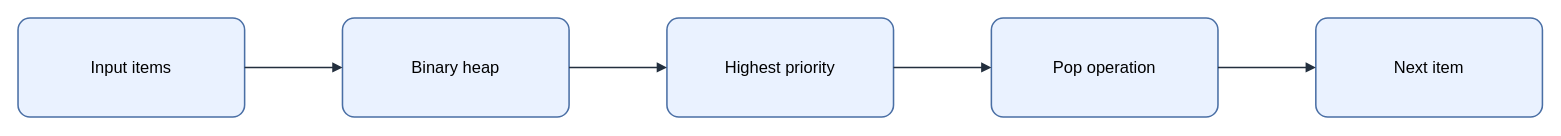
The draw.io diagram assets/img/data-structures/priority-queue-heap-flow.drawio in KKamJi98/kkamji98.github.io, before the edit. Source tidied: cells renumbered, new cells numbered last; positions are measured from the earlier drawing's top-left corner, leaving out a move shared by most shapes. Both pictures are drawn from the tidied source at 103%, with x=0, y=0 at pixel (18, 18).
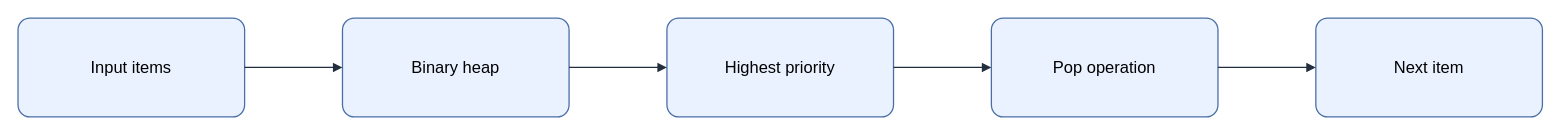
The same diagram, later.

Change to the diagram source:
```diff
@@
 <mxGraphModel background="#FFFFFF">
   <root>
     <mxCell id="0" />
     <mxCell id="1" parent="0" />
-    <mxCell id="2" value="&lt;font style=&quot;color: rgb(0, 0, 0);&quot;&gt;Input items&lt;/font&gt;" style="rounded=1;arcSize=12;whiteSpace=wrap;html=1;fillColor=#EAF2FF;strokeColor=#4A6FA5;strokeWidth=1.5;fontColor=#000000;fontSize=16;align=center;verticalAlign=middle;spacing=8;shadow=0;" parent="1" vertex="1">
+    <mxCell id="2" value="Input items" style="rounded=1;arcSize=12;whiteSpace=wrap;html=0;fillColor=#EAF2FF;strokeColor=#4A6FA5;strokeWidth=1.25;fontColor=#000000;fontSize=16;align=center;verticalAlign=middle;spacing=8;shadow=0;" parent="1" vertex="1">
       <mxGeometry width="220" height="96" as="geometry" />
     </mxCell>
-    <mxCell id="3" value="&lt;font style=&quot;color: rgb(0, 0, 0);&quot;&gt;Binary heap&lt;/font&gt;" style="rounded=1;arcSize=12;whiteSpace=wrap;html=1;fillColor=#EAF2FF;strokeColor=#4A6FA5;strokeWidth=1.5;fontColor=#000000;fontSize=16;align=center;verticalAlign=middle;spacing=8;shadow=0;" parent="1" vertex="1">
+    <mxCell id="3" value="Binary heap" style="rounded=1;arcSize=12;whiteSpace=wrap;html=0;fillColor=#EAF2FF;strokeColor=#4A6FA5;strokeWidth=1.25;fontColor=#000000;fontSize=16;align=center;verticalAlign=middle;spacing=8;shadow=0;" parent="1" vertex="1">
       <mxGeometry x="315" width="220" height="96" as="geometry" />
     </mxCell>
-    <mxCell id="4" value="&lt;font style=&quot;color: rgb(0, 0, 0);&quot;&gt;Highest priority&lt;/font&gt;" style="rounded=1;arcSize=12;whiteSpace=wrap;html=1;fillColor=#EAF2FF;strokeColor=#4A6FA5;strokeWidth=1.5;fontColor=#000000;fontSize=16;align=center;verticalAlign=middle;spacing=8;shadow=0;" parent="1" vertex="1">
+    <mxCell id="4" value="Highest priority" style="rounded=1;arcSize=12;whiteSpace=wrap;html=0;fillColor=#EAF2FF;strokeColor=#4A6FA5;strokeWidth=1.25;fontColor=#000000;fontSize=16;align=center;verticalAlign=middle;spacing=8;shadow=0;" parent="1" vertex="1">
       <mxGeometry x="630" width="220" height="96" as="geometry" />
     </mxCell>
-    <mxCell id="5" value="&lt;font style=&quot;color: rgb(0, 0, 0);&quot;&gt;Pop operation&lt;/font&gt;" style="rounded=1;arcSize=12;whiteSpace=wrap;html=1;fillColor=#EAF2FF;strokeColor=#4A6FA5;strokeWidth=1.5;fontColor=#000000;fontSize=16;align=center;verticalAlign=middle;spacing=8;shadow=0;" parent="1" vertex="1">
+    <mxCell id="5" value="Pop operation" style="rounded=1;arcSize=12;whiteSpace=wrap;html=0;fillColor=#EAF2FF;strokeColor=#4A6FA5;strokeWidth=1.25;fontColor=#000000;fontSize=16;align=center;verticalAlign=middle;spacing=8;shadow=0;" parent="1" vertex="1">
       <mxGeometry x="945" width="220" height="96" as="geometry" />
     </mxCell>
-    <mxCell id="6" value="&lt;font style=&quot;color: rgb(0, 0, 0);&quot;&gt;Next item&lt;/font&gt;" style="rounded=1;arcSize=12;whiteSpace=wrap;html=1;fillColor=#EAF2FF;strokeColor=#4A6FA5;strokeWidth=1.5;fontColor=#000000;fontSize=16;align=center;verticalAlign=middle;spacing=8;shadow=0;" parent="1" vertex="1">
+    <mxCell id="6" value="Next item" style="rounded=1;arcSize=12;whiteSpace=wrap;html=0;fillColor=#EAF2FF;strokeColor=#4A6FA5;strokeWidth=1.25;fontColor=#000000;fontSize=16;align=center;verticalAlign=middle;spacing=8;shadow=0;" parent="1" vertex="1">
       <mxGeometry x="1260" width="220" height="96" as="geometry" />
     </mxCell>
-    <mxCell id="7" style="edgeStyle=orthogonalEdgeStyle;rounded=0;jettySize=auto;html=1;endArrow=block;endFill=1;strokeColor=#232F3E;strokeWidth=1.5;fontColor=#000000;labelBackgroundColor=none;exitX=1;exitY=0.5;exitDx=0;exitDy=0;entryX=0;entryY=0.5;entryDx=0;entryDy=0;" parent="1" edge="1" source="2" target="3">
+    <mxCell id="7" style="edgeStyle=orthogonalEdgeStyle;rounded=0;jettySize=auto;html=0;endArrow=block;endFill=1;strokeColor=#232F3E;strokeWidth=1.25;fontColor=#000000;labelBackgroundColor=none;exitX=1;exitY=0.5;exitDx=0;exitDy=0;entryX=0;entryY=0.5;entryDx=0;entryDy=0;" parent="1" edge="1" source="2" target="3">
       <mxGeometry relative="1" as="geometry" />
     </mxCell>
-    <mxCell id="8" style="edgeStyle=orthogonalEdgeStyle;rounded=0;jettySize=auto;html=1;endArrow=block;endFill=1;strokeColor=#232F3E;strokeWidth=1.5;fontColor=#000000;labelBackgroundColor=none;exitX=1;exitY=0.5;exitDx=0;exitDy=0;entryX=0;entryY=0.5;entryDx=0;entryDy=0;" parent="1" edge="1" source="3" target="4">
+    <mxCell id="8" style="edgeStyle=orthogonalEdgeStyle;rounded=0;jettySize=auto;html=0;endArrow=block;endFill=1;strokeColor=#232F3E;strokeWidth=1.25;fontColor=#000000;labelBackgroundColor=none;exitX=1;exitY=0.5;exitDx=0;exitDy=0;entryX=0;entryY=0.5;entryDx=0;entryDy=0;" parent="1" edge="1" source="3" target="4">
       <mxGeometry relative="1" as="geometry" />
     </mxCell>
-    <mxCell id="9" style="edgeStyle=orthogonalEdgeStyle;rounded=0;jettySize=auto;html=1;endArrow=block;endFill=1;strokeColor=#232F3E;strokeWidth=1.5;fontColor=#000000;labelBackgroundColor=none;exitX=1;exitY=0.5;exitDx=0;exitDy=0;entryX=0;entryY=0.5;entryDx=0;entryDy=0;" parent="1" edge="1" source="4" target="5">
+    <mxCell id="9" style="edgeStyle=orthogonalEdgeStyle;rounded=0;jettySize=auto;html=0;endArrow=block;endFill=1;strokeColor=#232F3E;strokeWidth=1.25;fontColor=#000000;labelBackgroundColor=none;exitX=1;exitY=0.5;exitDx=0;exitDy=0;entryX=0;entryY=0.5;entryDx=0;entryDy=0;" parent="1" edge="1" source="4" target="5">
       <mxGeometry relative="1" as="geometry" />
     </mxCell>
-    <mxCell id="10" style="edgeStyle=orthogonalEdgeStyle;rounded=0;jettySize=auto;html=1;endArrow=block;endFill=1;strokeColor=#232F3E;strokeWidth=1.5;fontColor=#000000;labelBackgroundColor=none;exitX=1;exitY=0.5;exitDx=0;exitDy=0;entryX=0;entryY=0.5;entryDx=0;entryDy=0;" parent="1" edge="1" source="5" target="6">
+    <mxCell id="10" style="edgeStyle=orthogonalEdgeStyle;rounded=0;jettySize=auto;html=0;endArrow=block;endFill=1;strokeColor=#232F3E;strokeWidth=1.25;fontColor=#000000;labelBackgroundColor=none;exitX=1;exitY=0.5;exitDx=0;exitDy=0;entryX=0;entryY=0.5;entryDx=0;entryDy=0;" parent="1" edge="1" source="5" target="6">
       <mxGeometry relative="1" as="geometry" />
     </mxCell>
   </root>
 </mxGraphModel>
```
